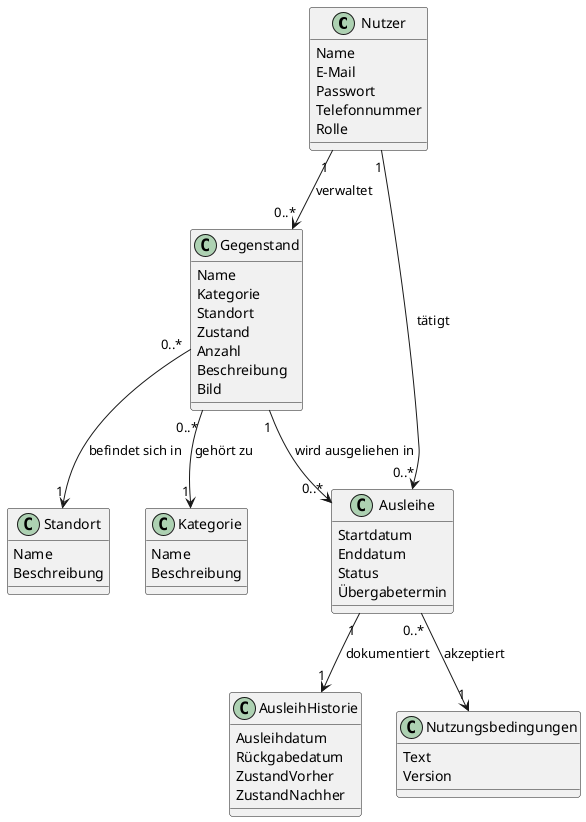
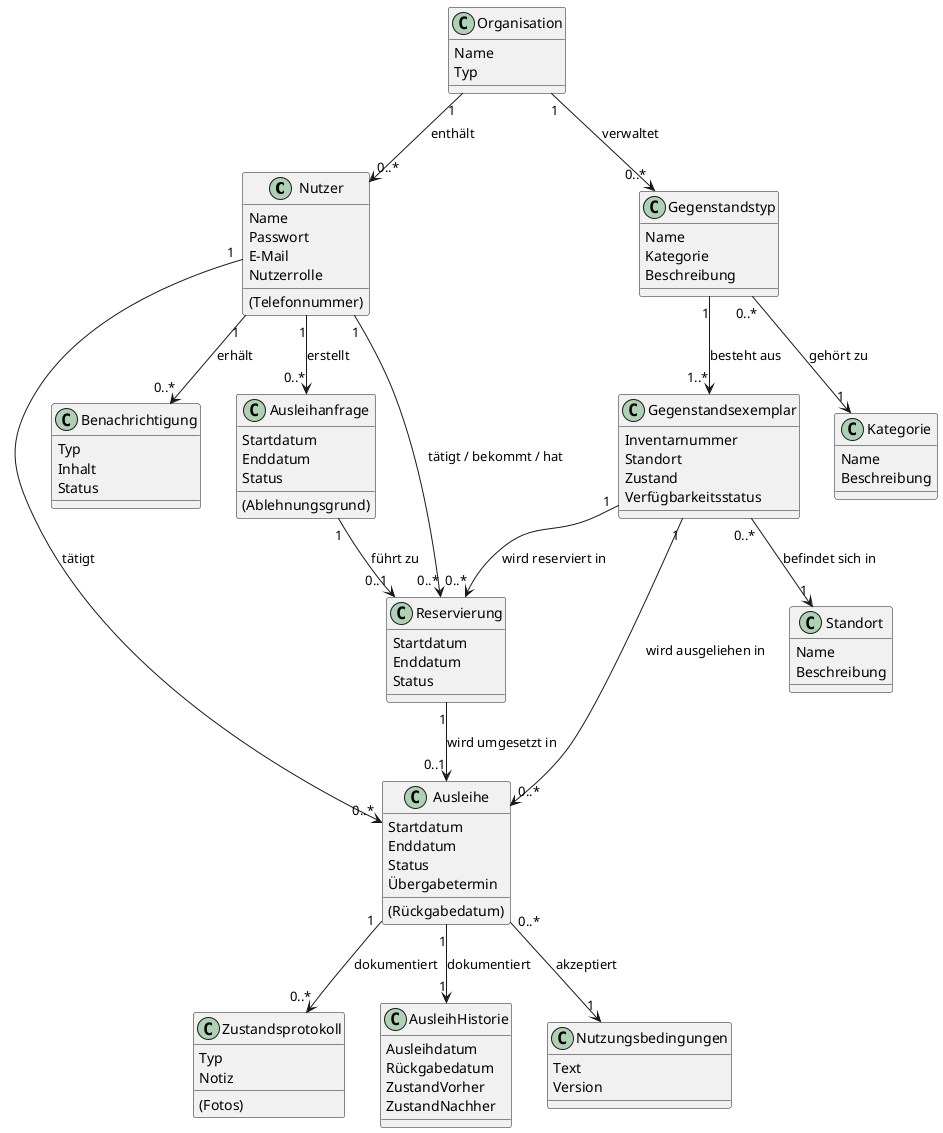
@startuml

class Nutzer {
  Name
+   Passwort
  E-Mail
-   Passwort
-   Telefonnummer
-   Rolle
+   (Telefonnummer)
+   Nutzerrolle
}

- class Gegenstand {
-    Name
+ class Organisation {
+   Name
+   Typ
+ }
+ 
+ class Gegenstandstyp {
+   Name
  Kategorie
+   Beschreibung
+ }
+ 
+ class Gegenstandsexemplar {
+   Inventarnummer
  Standort
  Zustand
-   Anzahl
-   Beschreibung
-   Bild
+   Verfügbarkeitsstatus
}
+ 
+ class Ausleihanfrage {
+   Startdatum
+   Enddatum
+   Status
+   (Ablehnungsgrund)
+ }
+ 

class Ausleihe {
  Startdatum
  Enddatum
  Status
  Übergabetermin
+   (Rückgabedatum)
}

+ class Reservierung {
+   Startdatum
+   Enddatum
+   Status
+ }
+ 
+ class Zustandsprotokoll {
+   Typ
+   Notiz
+   (Fotos)
+ }
+ 
+ class Benachrichtigung {
+   Typ
+   Inhalt
+   Status
+ }
+ 
+ 
+ 
class AusleihHistorie {
-     Ausleihdatum
+   Ausleihdatum
  Rückgabedatum
  ZustandVorher
  ZustandNachher
}

class Standort {
  Name
  Beschreibung
}

class Kategorie {
-     Name
+   Name
  Beschreibung
}

class Nutzungsbedingungen {
  Text
  Version
}

+ Nutzer "1" --> "0..*" Ausleihanfrage : erstellt
Nutzer "1" --> "0..*" Ausleihe : tätigt
- Nutzer "1" --> "0..*" Gegenstand : verwaltet
- Gegenstand "1" --> "0..*" Ausleihe : wird ausgeliehen in
+ Nutzer "1" --> "0..*" Reservierung : tätigt / bekommt / hat
+ Organisation "1" --> "0..*" Nutzer : enthält
+ Organisation "1" --> "0..*" Gegenstandstyp : verwaltet
+ Gegenstandstyp "1" --> "1..*" Gegenstandsexemplar : besteht aus
+ Gegenstandsexemplar "1" --> "0..*" Reservierung : wird reserviert in
+ Gegenstandsexemplar "1" --> "0..*" Ausleihe : wird ausgeliehen in
+ Ausleihanfrage "1" --> "0..1" Reservierung : führt zu
+ Reservierung "1" --> "0..1" Ausleihe : wird umgesetzt in
+ Ausleihe "1" --> "0..*" Zustandsprotokoll : dokumentiert
Ausleihe "1" --> "1" AusleihHistorie : dokumentiert
- Gegenstand "0..*" --> "1" Kategorie : gehört zu
- Gegenstand "0..*" --> "1" Standort : befindet sich in
+ Gegenstandstyp "0..*" --> "1" Kategorie : gehört zu
+ Gegenstandsexemplar "0..*" --> "1" Standort : befindet sich in
+ Nutzer "1" --> "0..*" Benachrichtigung : erhält
Ausleihe "0..*" --> "1" Nutzungsbedingungen : akzeptiert

@enduml